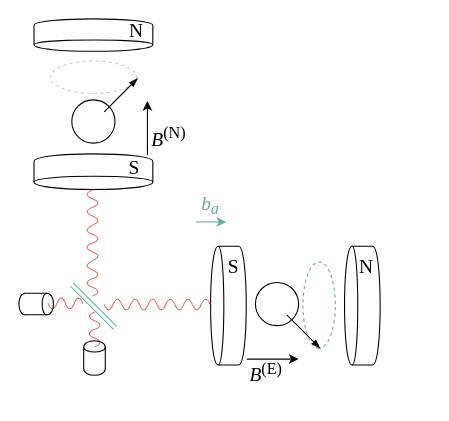
Earlier version of the draw.io diagram notebooks/scheme.dio (ncr292/Open-Haloscope). Source tidied: cells renumbered, new cells numbered last; positions are measured from the earlier drawing's top-left corner, leaving out a move shared by most shapes. Both pictures are drawn from the tidied source at 108%, with x=0, y=0 at pixel (25, 18).
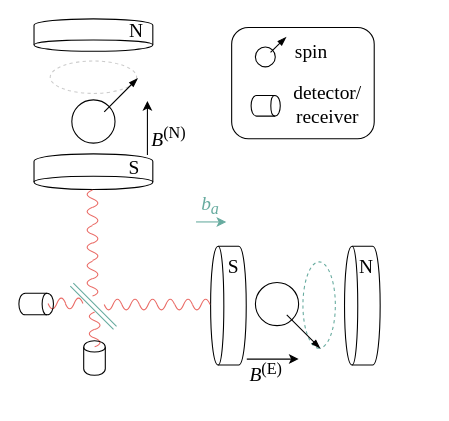
Above is the later version.

The edit, as a diff of the source:
```diff
@@
+    <mxCell id="51" style="group;rotation=-90;" parent="1" vertex="1">
+      <mxGeometry x="213" y="31" width="110" height="80" as="geometry" />
+    </mxCell>
+    <mxCell id="52" style="rounded=1;whiteSpace=wrap;html=1;" parent="51" vertex="1">
+      <mxGeometry x="-22" y="-23" width="132" height="103" as="geometry" />
+    </mxCell>
+    <mxCell id="53" style="ellipse;whiteSpace=wrap;html=1;rotation=0;" parent="51" vertex="1">
+      <mxGeometry y="-5" width="18.4" height="18.4" as="geometry" />
+    </mxCell>
+    <mxCell id="54" style="endArrow=blockThin;html=1;endFill=1;" parent="51" edge="1">
+      <mxGeometry relative="1" as="geometry">
+        <mxPoint x="14" as="sourcePoint" />
+        <mxPoint x="28.5" y="-14.2" as="targetPoint" />
+      </mxGeometry>
+    </mxCell>
+    <mxCell id="55" style="shape=cylinder;whiteSpace=wrap;html=1;boundedLbl=1;rounded=0;strokeColor=#000000;fillColor=none;gradientColor=none;rotation=90;" parent="1" vertex="1">
+      <mxGeometry x="213" y="67" width="19" height="27" as="geometry" />
+    </mxCell>
+    <mxCell id="56" value="&lt;font style=&quot;font-size: 18px&quot; face=&quot;serif&quot;&gt;spin&lt;/font&gt;" style="text;html=1;strokeColor=none;fillColor=none;align=center;verticalAlign=middle;whiteSpace=wrap;rounded=0;" parent="1" vertex="1">
+      <mxGeometry x="245" y="21" width="40" height="20" as="geometry" />
+    </mxCell>
+    <mxCell id="57" value="&lt;font style=&quot;font-size: 18px&quot; face=&quot;serif&quot;&gt;detector/&lt;/font&gt;&lt;div&gt;&lt;font style=&quot;font-size: 18px&quot; face=&quot;serif&quot;&gt;receiver&lt;/font&gt;&lt;/div&gt;" style="text;html=1;strokeColor=none;fillColor=none;align=center;verticalAlign=middle;whiteSpace=wrap;rounded=0;" parent="1" vertex="1">
+      <mxGeometry x="260" y="70" width="40" height="20" as="geometry" />
+    </mxCell>
```
